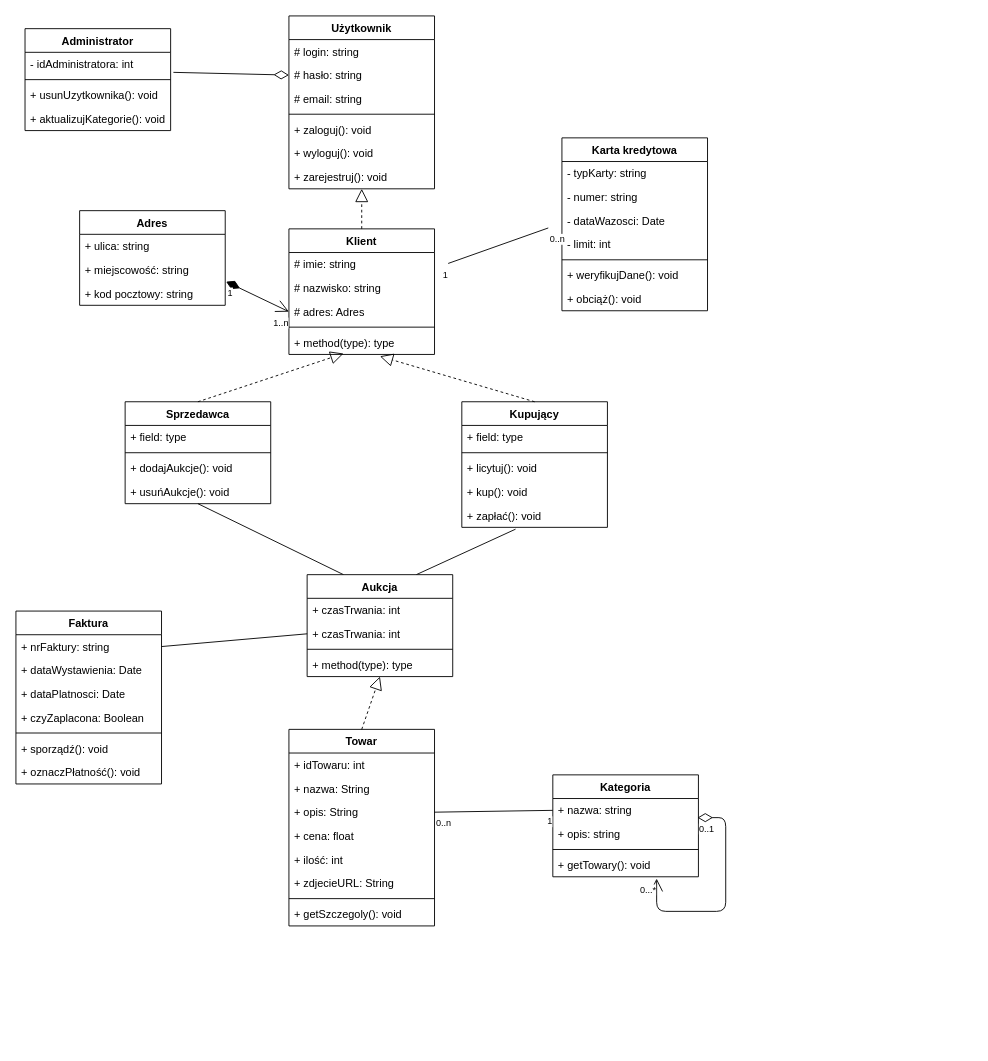
Before: Diagram_klas.drawio in kamilmix/e-learning_UCD, a draw.io diagram. Source tidied: cells renumbered, new cells numbered last; positions are measured from the earlier drawing's top-left corner, leaving out a move shared by most shapes. Both pictures are drawn from the tidied source at 91%, with x=0, y=0 at pixel (15, 15).
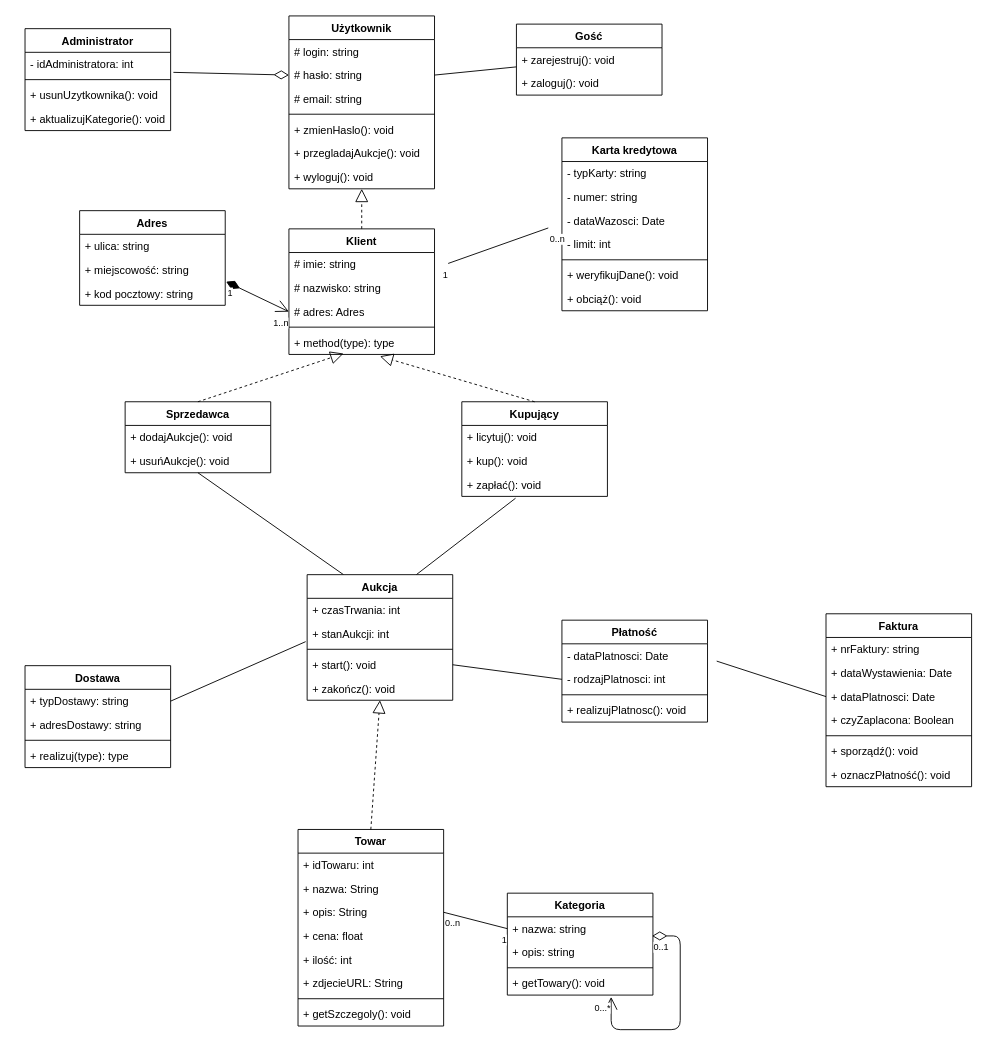
The same page after the edit.

The change refers to these unchanged cells:
```xml
<mxCell id="2" value="Użytkownik" style="swimlane;fontStyle=1;align=center;verticalAlign=top;horizontal=1;startSize=26;" parent="1" vertex="1">
  <mxGeometry x="300" width="160" height="190" as="geometry" />
</mxCell>
<mxCell id="4" value="# hasło: string&#10;" style="text;strokeColor=none;fillColor=none;align=left;verticalAlign=top;spacingLeft=4;spacingRight=4;overflow=hidden;points=[[0,0.5],[1,0.5]];portConstraint=eastwest;" parent="2" vertex="1">
  <mxGeometry y="52" width="160" height="26" as="geometry" />
</mxCell>
<mxCell id="63" value="+ nrFaktury: string" style="text;strokeColor=none;fillColor=none;align=left;verticalAlign=top;spacingLeft=4;spacingRight=4;overflow=hidden;points=[[0,0.5],[1,0.5]];portConstraint=eastwest;" parent="62" vertex="1">
  <mxGeometry y="26" width="160" height="26" as="geometry" />
</mxCell>
<mxCell id="65" value="+ dataPlatnosci: Date" style="text;strokeColor=none;fillColor=none;align=left;verticalAlign=top;spacingLeft=4;spacingRight=4;overflow=hidden;points=[[0,0.5],[1,0.5]];portConstraint=eastwest;" parent="62" vertex="1">
  <mxGeometry y="78" width="160" height="26" as="geometry" />
</mxCell>
```

What changed in the source:
```diff
@@
-    <mxCell id="7" value="+ zaloguj(): void" style="text;strokeColor=none;fillColor=none;align=left;verticalAlign=top;spacingLeft=4;spacingRight=4;overflow=hidden;" parent="2" vertex="1">
+    <mxCell id="7" value="+ zmienHaslo(): void" style="text;strokeColor=none;fillColor=none;align=left;verticalAlign=top;spacingLeft=4;spacingRight=4;overflow=hidden;" parent="2" vertex="1">
       <mxGeometry y="112" width="160" height="26" as="geometry" />
     </mxCell>
+    <mxCell id="91" value="+ przegladajAukcje(): void" style="text;strokeColor=none;fillColor=none;align=left;verticalAlign=top;spacingLeft=4;spacingRight=4;overflow=hidden;" parent="2" vertex="1">
+      <mxGeometry y="138" width="160" height="26" as="geometry" />
+    </mxCell>
     <mxCell id="8" value="+ wyloguj(): void" style="text;strokeColor=none;fillColor=none;align=left;verticalAlign=top;spacingLeft=4;spacingRight=4;overflow=hidden;" parent="2" vertex="1">
-      <mxGeometry y="138" width="160" height="26" as="geometry" />
+      <mxGeometry y="164" width="160" height="26" as="geometry" />
     </mxCell>
-    <mxCell id="9" value="+ zarejestruj(): void" style="text;strokeColor=none;fillColor=none;align=left;verticalAlign=top;spacingLeft=4;spacingRight=4;overflow=hidden;points=[[0,0.5],[1,0.5]];portConstraint=eastwest;" parent="2" vertex="1">
-      <mxGeometry y="164" width="160" height="26" as="geometry" />
-    </mxCell>
@@
     <mxCell id="34" value="Sprzedawca" style="swimlane;fontStyle=1;align=center;verticalAlign=top;horizontal=1;startSize=26;" parent="1" vertex="1">
-      <mxGeometry x="120" y="424" width="160" height="112" as="geometry" />
+      <mxGeometry x="120" y="424" width="160" height="78" as="geometry" />
     </mxCell>
-    <mxCell id="35" value="+ field: type" style="text;strokeColor=none;fillColor=none;align=left;verticalAlign=top;spacingLeft=4;spacingRight=4;overflow=hidden;" parent="34" vertex="1">
-      <mxGeometry y="26" width="160" height="26" as="geometry" />
-    </mxCell>
-    <mxCell id="36" style="line;strokeWidth=1;fillColor=none;align=left;verticalAlign=middle;spacingTop=-1;spacingLeft=3;spacingRight=3;labelPosition=right;" parent="34" vertex="1">
-      <mxGeometry y="52" width="160" height="8" as="geometry" />
-    </mxCell>
     <mxCell id="37" value="+ dodajAukcje(): void" style="text;strokeColor=none;fillColor=none;align=left;verticalAlign=top;spacingLeft=4;spacingRight=4;overflow=hidden;" parent="34" vertex="1">
-      <mxGeometry y="60" width="160" height="26" as="geometry" />
+      <mxGeometry y="26" width="160" height="26" as="geometry" />
     </mxCell>
     <mxCell id="38" value="+ usuńAukcje(): void" style="text;strokeColor=none;fillColor=none;align=left;verticalAlign=top;spacingLeft=4;spacingRight=4;overflow=hidden;" parent="34" vertex="1">
-      <mxGeometry y="86" width="160" height="26" as="geometry" />
+      <mxGeometry y="52" width="160" height="26" as="geometry" />
     </mxCell>
     <mxCell id="39" value="Kupujący" style="swimlane;fontStyle=1;align=center;verticalAlign=top;horizontal=1;startSize=26;" parent="1" vertex="1">
-      <mxGeometry x="490" y="424" width="160" height="138" as="geometry" />
+      <mxGeometry x="490" y="424" width="160" height="104" as="geometry" />
     </mxCell>
-    <mxCell id="40" value="+ field: type" style="text;strokeColor=none;fillColor=none;align=left;verticalAlign=top;spacingLeft=4;spacingRight=4;overflow=hidden;" parent="39" vertex="1">
-      <mxGeometry y="26" width="160" height="26" as="geometry" />
-    </mxCell>
-    <mxCell id="41" style="line;strokeWidth=1;fillColor=none;align=left;verticalAlign=middle;spacingTop=-1;spacingLeft=3;spacingRight=3;labelPosition=right;" parent="39" vertex="1">
-      <mxGeometry y="52" width="160" height="8" as="geometry" />
-    </mxCell>
     <mxCell id="42" value="+ licytuj(): void" style="text;strokeColor=none;fillColor=none;align=left;verticalAlign=top;spacingLeft=4;spacingRight=4;overflow=hidden;" parent="39" vertex="1">
-      <mxGeometry y="60" width="160" height="26" as="geometry" />
+      <mxGeometry y="26" width="160" height="26" as="geometry" />
     </mxCell>
     <mxCell id="43" value="+ kup(): void" style="text;strokeColor=none;fillColor=none;align=left;verticalAlign=top;spacingLeft=4;spacingRight=4;overflow=hidden;" parent="39" vertex="1">
-      <mxGeometry y="86" width="160" height="26" as="geometry" />
+      <mxGeometry y="52" width="160" height="26" as="geometry" />
     </mxCell>
     <mxCell id="44" value="+ zapłać(): void" style="text;strokeColor=none;fillColor=none;align=left;verticalAlign=top;spacingLeft=4;spacingRight=4;overflow=hidden;points=[[0,0.5],[1,0.5]];portConstraint=eastwest;" parent="39" vertex="1">
-      <mxGeometry y="112" width="160" height="26" as="geometry" />
+      <mxGeometry y="78" width="160" height="26" as="geometry" />
     </mxCell>
     <mxCell id="45" value="Kategoria" style="swimlane;fontStyle=1;align=center;verticalAlign=top;horizontal=1;startSize=26;" parent="1" vertex="1">
-      <mxGeometry x="590" y="834" width="160" height="112" as="geometry" />
+      <mxGeometry x="540" y="964" width="160" height="112" as="geometry" />
     </mxCell>
@@
     <mxCell id="53" value="Towar" style="swimlane;fontStyle=1;align=center;verticalAlign=top;horizontal=1;startSize=26;" parent="1" vertex="1">
-      <mxGeometry x="300" y="784" width="160" height="216" as="geometry" />
+      <mxGeometry x="310" y="894" width="160" height="216" as="geometry" />
     </mxCell>
@@
     <mxCell id="62" value="Faktura" style="swimlane;fontStyle=1;align=center;verticalAlign=top;horizontal=1;startSize=26;" parent="1" vertex="1">
-      <mxGeometry y="654" width="160" height="190" as="geometry" />
+      <mxGeometry x="890.2" y="657" width="160" height="190" as="geometry" />
     </mxCell>
@@
     <mxCell id="80" value="Aukcja" style="swimlane;fontStyle=1;align=center;verticalAlign=top;horizontal=1;startSize=26;" parent="1" vertex="1">
-      <mxGeometry x="320" y="614" width="160" height="112" as="geometry" />
+      <mxGeometry x="320" y="614" width="160" height="138" as="geometry" />
     </mxCell>
@@
-    <mxCell id="82" value="+ czasTrwania: int" style="text;strokeColor=none;fillColor=none;align=left;verticalAlign=top;spacingLeft=4;spacingRight=4;overflow=hidden;points=[[0,0.5],[1,0.5]];portConstraint=eastwest;" parent="80" vertex="1">
+    <mxCell id="82" value="+ stanAukcji: int" style="text;strokeColor=none;fillColor=none;align=left;verticalAlign=top;spacingLeft=4;spacingRight=4;overflow=hidden;points=[[0,0.5],[1,0.5]];portConstraint=eastwest;" parent="80" vertex="1">
       <mxGeometry y="52" width="160" height="26" as="geometry" />
     </mxCell>
@@
-    <mxCell id="84" value="+ method(type): type" style="text;strokeColor=none;fillColor=none;align=left;verticalAlign=top;spacingLeft=4;spacingRight=4;overflow=hidden;points=[[0,0.5],[1,0.5]];portConstraint=eastwest;" parent="80" vertex="1">
+    <mxCell id="84" value="+ start(): void" style="text;strokeColor=none;fillColor=none;align=left;verticalAlign=top;spacingLeft=4;spacingRight=4;overflow=hidden;points=[[0,0.5],[1,0.5]];portConstraint=eastwest;" parent="80" vertex="1">
       <mxGeometry y="86" width="160" height="26" as="geometry" />
     </mxCell>
+    <mxCell id="92" value="+ zakończ(): void" style="text;strokeColor=none;fillColor=none;align=left;verticalAlign=top;spacingLeft=4;spacingRight=4;overflow=hidden;" parent="80" vertex="1">
+      <mxGeometry y="112" width="160" height="26" as="geometry" />
+    </mxCell>
@@
-    <mxCell id="90" style="edgeStyle=none;rounded=0;comic=0;jettySize=auto;html=1;exitX=1;exitY=0.5;exitDx=0;exitDy=0;entryX=0;entryY=0.5;entryDx=0;entryDy=0;shadow=0;startArrow=none;startFill=0;endArrow=none;endFill=0;targetPerimeterSpacing=10;" parent="1" edge="1" source="63" target="82">
+    <mxCell id="90" style="edgeStyle=none;rounded=0;comic=0;jettySize=auto;html=1;exitX=0;exitY=0.5;exitDx=0;exitDy=0;entryX=1.063;entryY=0.731;entryDx=0;entryDy=0;shadow=0;startArrow=none;startFill=0;endArrow=none;endFill=0;targetPerimeterSpacing=10;entryPerimeter=0;" parent="1" edge="1" source="65" target="97">
       <mxGeometry relative="1" as="geometry" />
     </mxCell>
+    <mxCell id="93" value="Gość" style="swimlane;fontStyle=1;align=center;verticalAlign=top;horizontal=1;startSize=26;" parent="1" vertex="1">
+      <mxGeometry x="550" y="9" width="160" height="78" as="geometry" />
+    </mxCell>
+    <mxCell id="9" value="+ zarejestruj(): void" style="text;strokeColor=none;fillColor=none;align=left;verticalAlign=top;spacingLeft=4;spacingRight=4;overflow=hidden;points=[[0,0.5],[1,0.5]];portConstraint=eastwest;" parent="93" vertex="1">
+      <mxGeometry y="26" width="160" height="26" as="geometry" />
+    </mxCell>
+    <mxCell id="94" value="+ zaloguj(): void" style="text;strokeColor=none;fillColor=none;align=left;verticalAlign=top;spacingLeft=4;spacingRight=4;overflow=hidden;" parent="93" vertex="1">
+      <mxGeometry y="52" width="160" height="26" as="geometry" />
+    </mxCell>
+    <mxCell id="95" style="rounded=0;jettySize=auto;html=1;exitX=1;exitY=0.5;exitDx=0;exitDy=0;endArrow=none;endFill=0;" parent="1" edge="1" source="4" target="9">
+      <mxGeometry relative="1" as="geometry" />
+    </mxCell>
+    <mxCell id="96" value="Płatność" style="swimlane;fontStyle=1;align=center;verticalAlign=top;horizontal=1;startSize=26;" parent="1" vertex="1">
+      <mxGeometry x="600" y="664" width="160" height="112" as="geometry" />
+    </mxCell>
+    <mxCell id="97" value="- dataPlatnosci: Date" style="text;strokeColor=none;fillColor=none;align=left;verticalAlign=top;spacingLeft=4;spacingRight=4;overflow=hidden;points=[[0,0.5],[1,0.5]];portConstraint=eastwest;" parent="96" vertex="1">
+      <mxGeometry y="26" width="160" height="26" as="geometry" />
+    </mxCell>
+    <mxCell id="98" value="- rodzajPlatnosci: int" style="text;strokeColor=none;fillColor=none;align=left;verticalAlign=top;spacingLeft=4;spacingRight=4;overflow=hidden;points=[[0,0.5],[1,0.5]];portConstraint=eastwest;" parent="96" vertex="1">
+      <mxGeometry y="52" width="160" height="26" as="geometry" />
+    </mxCell>
+    <mxCell id="99" style="line;strokeWidth=1;fillColor=none;align=left;verticalAlign=middle;spacingTop=-1;spacingLeft=3;spacingRight=3;labelPosition=right;" parent="96" vertex="1">
+      <mxGeometry y="78" width="160" height="8" as="geometry" />
+    </mxCell>
+    <mxCell id="100" value="+ realizujPlatnosc(): void" style="text;strokeColor=none;fillColor=none;align=left;verticalAlign=top;spacingLeft=4;spacingRight=4;overflow=hidden;" parent="96" vertex="1">
+      <mxGeometry y="86" width="160" height="26" as="geometry" />
+    </mxCell>
+    <mxCell id="101" style="edgeStyle=none;rounded=0;jettySize=auto;html=1;exitX=1;exitY=0.5;exitDx=0;exitDy=0;entryX=0;entryY=0.5;entryDx=0;entryDy=0;endArrow=none;endFill=0;" parent="1" edge="1" source="84" target="98">
+      <mxGeometry relative="1" as="geometry" />
+    </mxCell>
+    <mxCell id="102" value="Dostawa" style="swimlane;fontStyle=1;align=center;verticalAlign=top;horizontal=1;startSize=26;" parent="1" vertex="1">
+      <mxGeometry x="10" y="714" width="160" height="112" as="geometry" />
+    </mxCell>
+    <mxCell id="103" value="+ typDostawy: string" style="text;strokeColor=none;fillColor=none;align=left;verticalAlign=top;spacingLeft=4;spacingRight=4;overflow=hidden;points=[[0,0.5],[1,0.5]];portConstraint=eastwest;" parent="102" vertex="1">
+      <mxGeometry y="26" width="160" height="26" as="geometry" />
+    </mxCell>
+    <mxCell id="104" value="+ adresDostawy: string" style="text;strokeColor=none;fillColor=none;align=left;verticalAlign=top;spacingLeft=4;spacingRight=4;overflow=hidden;" parent="102" vertex="1">
+      <mxGeometry y="52" width="160" height="26" as="geometry" />
+    </mxCell>
+    <mxCell id="105" style="line;strokeWidth=1;fillColor=none;align=left;verticalAlign=middle;spacingTop=-1;spacingLeft=3;spacingRight=3;labelPosition=right;" parent="102" vertex="1">
+      <mxGeometry y="78" width="160" height="8" as="geometry" />
+    </mxCell>
+    <mxCell id="106" value="+ realizuj(type): type" style="text;strokeColor=none;fillColor=none;align=left;verticalAlign=top;spacingLeft=4;spacingRight=4;overflow=hidden;" parent="102" vertex="1">
+      <mxGeometry y="86" width="160" height="26" as="geometry" />
+    </mxCell>
+    <mxCell id="107" style="edgeStyle=none;rounded=0;jettySize=auto;html=1;exitX=1;exitY=0.5;exitDx=0;exitDy=0;entryX=-0.01;entryY=0.831;entryDx=0;entryDy=0;entryPerimeter=0;endArrow=none;endFill=0;" parent="1" edge="1" source="103" target="82">
+      <mxGeometry relative="1" as="geometry" />
+    </mxCell>
```
